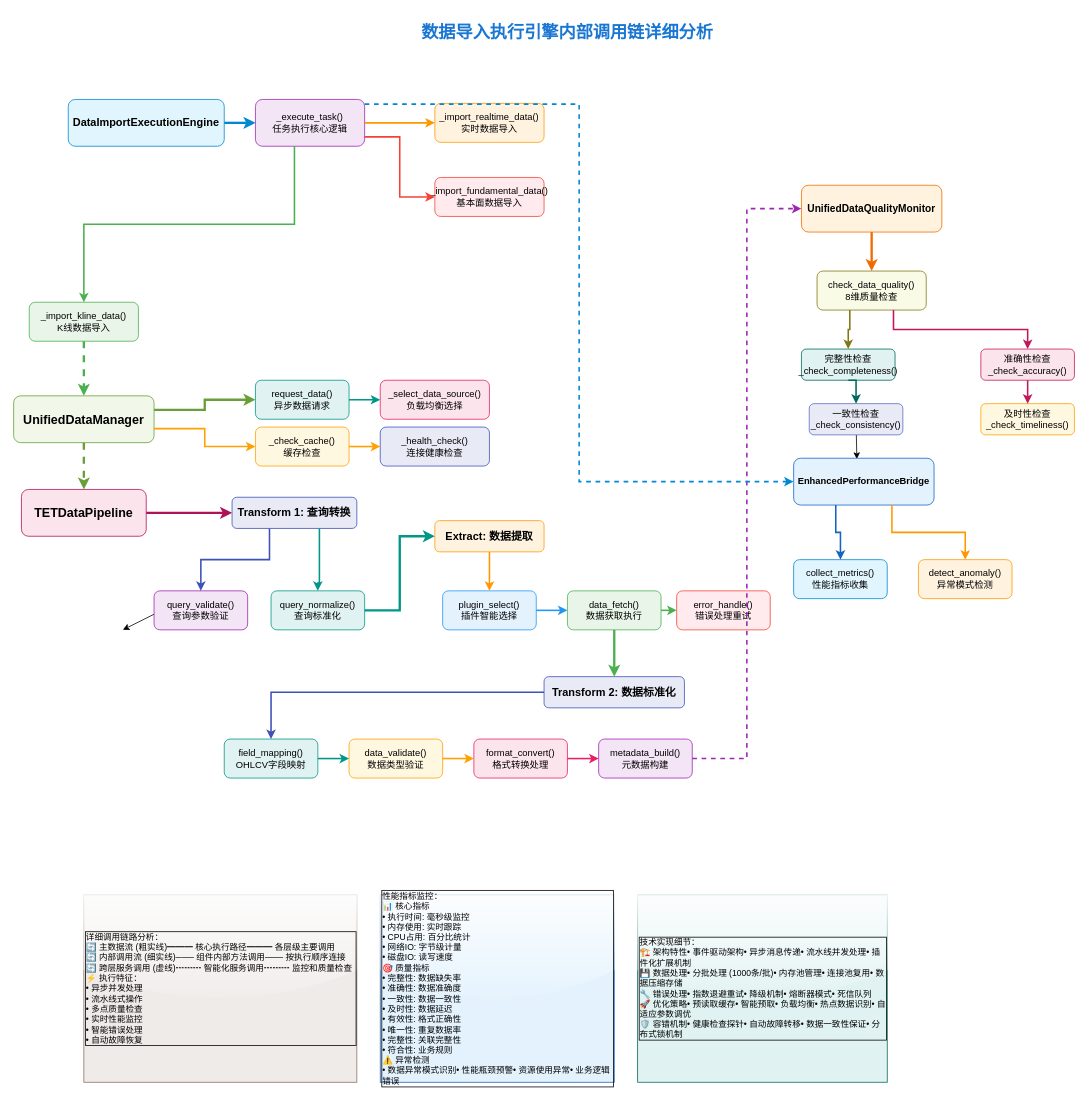
Above: page "修正版调用链分析" (3 of 4) of drawio/DuckDB_TET_Framework_Architecture.drawio in 635858793/FactorWeave-Quant (draw.io), before the change. Source tidied: cells renumbered, new cells numbered last; positions are measured from the earlier drawing's top-left corner, leaving out a move shared by most shapes. Both pictures are drawn from the tidied source at 78%, with x=0, y=0 at pixel (13, 13).
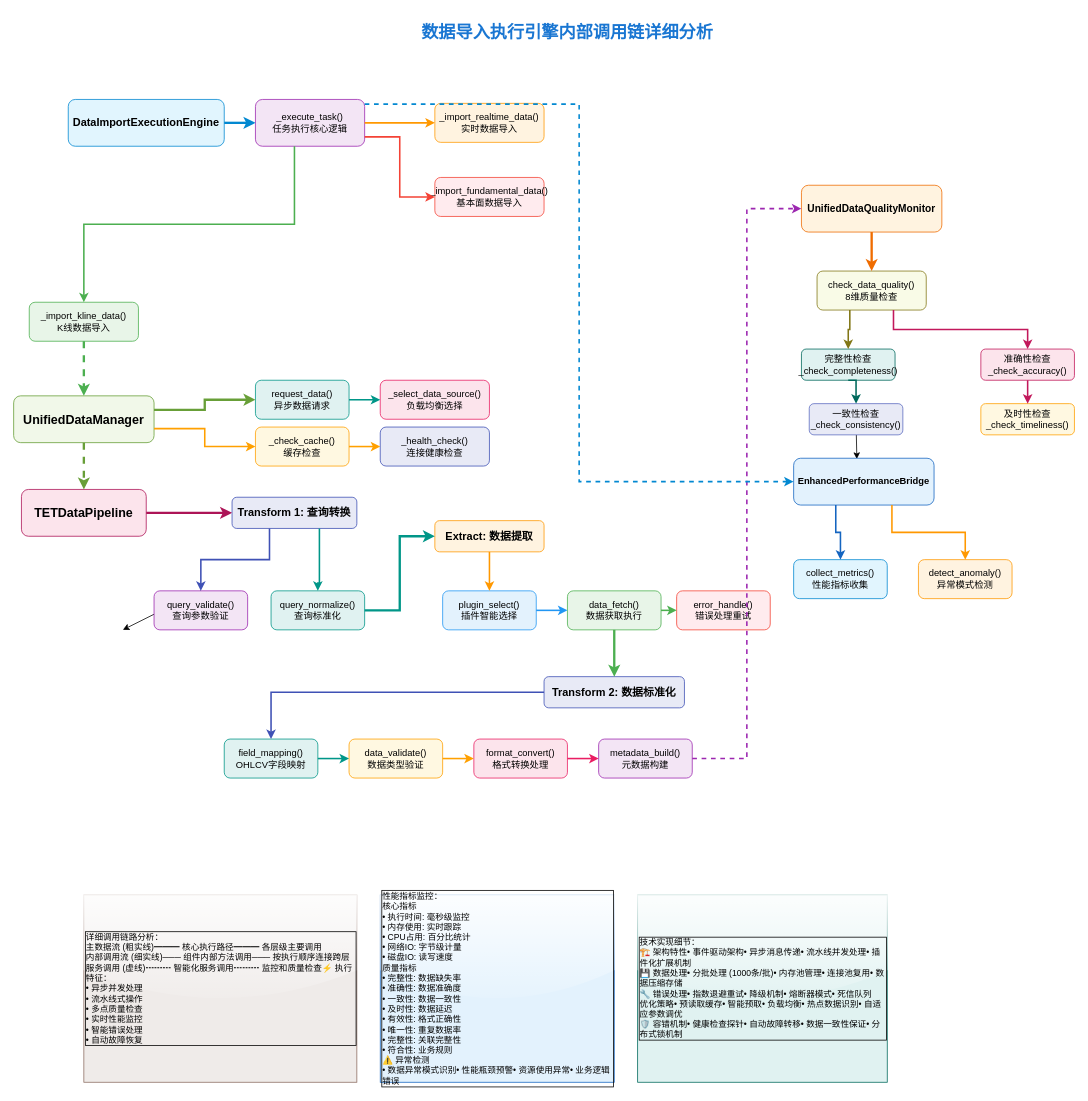
The same page after the edit.

Change to the diagram source:
```diff
@@
-    <mxCell id="68" value="详细调用链路分析：&lt;br&gt;🔄 主数据流 (粗实线)━━━ 核心执行路径━━━ 各层级主要调用&lt;br&gt;🔄 内部调用流 (细实线)─── 组件内部方法调用─── 按执行顺序连接🔄 跨层服务调用 (虚线)┅┅┅ 智能化服务调用┅┅┅ 监控和质量检查⚡ 执行特征：&lt;br&gt;• 异步并发处理&lt;br&gt;• 流水线式操作&lt;br&gt;• 多点质量检查&lt;br&gt;• 实时性能监控&lt;br&gt;• 智能错误处理&lt;br&gt;• 自动故障恢复" style="text;strokeColor=#8d6e63;fillColor=#efebe9;align=left;verticalAlign=middle;rounded=0;fontColor=#000000;fontSize=11;glass=1;shadow=0;labelBorderColor=default;html=1;whiteSpace=wrap;horizontal=1;" parent="1" vertex="1">
+    <mxCell id="68" value="详细调用链路分析：&lt;br&gt;主数据流 (粗实线)━━━ 核心执行路径━━━ 各层级主要调用&lt;br&gt;内部调用流 (细实线)─── 组件内部方法调用─── 按执行顺序连接跨层服务调用 (虚线)┅┅┅ 智能化服务调用┅┅┅ 监控和质量检查⚡ 执行特征：&lt;br&gt;• 异步并发处理&lt;br&gt;• 流水线式操作&lt;br&gt;• 多点质量检查&lt;br&gt;• 实时性能监控&lt;br&gt;• 智能错误处理&lt;br&gt;• 自动故障恢复" style="text;strokeColor=#8d6e63;fillColor=#efebe9;align=left;verticalAlign=middle;rounded=0;fontColor=#000000;fontSize=11;glass=1;shadow=0;labelBorderColor=default;html=1;whiteSpace=wrap;horizontal=1;" parent="1" vertex="1">
       <mxGeometry x="90" y="1130" width="350" height="240" as="geometry" />
     </mxCell>
-    <mxCell id="69" value="性能指标监控：&lt;br&gt;📊 核心指标&lt;br&gt;• 执行时间: 毫秒级监控&lt;br&gt;• 内存使用: 实时跟踪&lt;br&gt;• CPU占用: 百分比统计&lt;br&gt;• 网络IO: 字节级计量&lt;br&gt;• 磁盘IO: 读写速度&lt;br&gt;🎯 质量指标&lt;br&gt;•&amp;nbsp;完整性: 数据缺失率&lt;br&gt;• 准确性: 数据准确度&lt;br&gt;• 一致性: 数据一致性&lt;br&gt;• 及时性: 数据延迟&lt;br&gt;• 有效性: 格式正确性&lt;br&gt;• 唯一性: 重复数据率&lt;br&gt;• 完整性: 关联完整性&lt;br&gt;• 符合性: 业务规则&lt;br&gt;⚠️ 异常检测&lt;br&gt;• 数据异常模式识别• 性能瓶颈预警• 资源使用异常• 业务逻辑错误" style="text;strokeColor=#1565c0;fillColor=#e3f2fd;align=left;verticalAlign=middle;rounded=0;fontColor=#000000;fontSize=11;glass=1;shadow=0;labelBorderColor=default;html=1;whiteSpace=wrap;horizontal=1;" parent="1" vertex="1">
+    <mxCell id="69" value="性能指标监控：&lt;br&gt;核心指标&lt;br&gt;• 执行时间: 毫秒级监控&lt;br&gt;• 内存使用: 实时跟踪&lt;br&gt;• CPU占用: 百分比统计&lt;br&gt;• 网络IO: 字节级计量&lt;br&gt;• 磁盘IO: 读写速度&lt;br&gt;质量指标&lt;br&gt;•&amp;nbsp;完整性: 数据缺失率&lt;br&gt;• 准确性: 数据准确度&lt;br&gt;• 一致性: 数据一致性&lt;br&gt;• 及时性: 数据延迟&lt;br&gt;• 有效性: 格式正确性&lt;br&gt;• 唯一性: 重复数据率&lt;br&gt;• 完整性: 关联完整性&lt;br&gt;• 符合性: 业务规则&lt;br&gt;⚠️ 异常检测&lt;br&gt;• 数据异常模式识别• 性能瓶颈预警• 资源使用异常• 业务逻辑错误" style="text;strokeColor=#1565c0;fillColor=#e3f2fd;align=left;verticalAlign=middle;rounded=0;fontColor=#000000;fontSize=11;glass=1;shadow=0;labelBorderColor=default;html=1;whiteSpace=wrap;horizontal=1;" parent="1" vertex="1">
       <mxGeometry x="470" y="1130" width="300" height="240" as="geometry" />
     </mxCell>
-    <mxCell id="70" value="技术实现细节：&lt;br&gt;🏗️ 架构特性• 事件驱动架构• 异步消息传递• 流水线并发处理• 插件化扩展机制&lt;br&gt;💾 数据处理• 分批处理 (1000条/批)• 内存池管理• 连接池复用• 数据压缩存储&lt;br&gt;🔧 错误处理• 指数退避重试• 降级机制• 熔断器模式• 死信队列&lt;br&gt;🚀 优化策略• 预读取缓存• 智能预取• 负载均衡• 热点数据识别• 自适应参数调优&lt;br&gt;🛡️ 容错机制• 健康检查探针• 自动故障转移• 数据一致性保证• 分布式锁机制" style="text;strokeColor=#00695c;fillColor=#e0f2f1;align=left;verticalAlign=middle;rounded=0;fontColor=#000000;fontSize=11;glass=1;shadow=0;labelBorderColor=default;html=1;whiteSpace=wrap;horizontal=1;" parent="1" vertex="1">
+    <mxCell id="70" value="技术实现细节：&lt;br&gt;🏗️ 架构特性• 事件驱动架构• 异步消息传递• 流水线并发处理• 插件化扩展机制&lt;br&gt;💾 数据处理• 分批处理 (1000条/批)• 内存池管理• 连接池复用• 数据压缩存储&lt;br&gt;🔧 错误处理• 指数退避重试• 降级机制• 熔断器模式• 死信队列&lt;br&gt;优化策略• 预读取缓存• 智能预取• 负载均衡• 热点数据识别• 自适应参数调优&lt;br&gt;🛡️ 容错机制• 健康检查探针• 自动故障转移• 数据一致性保证• 分布式锁机制" style="text;strokeColor=#00695c;fillColor=#e0f2f1;align=left;verticalAlign=middle;rounded=0;fontColor=#000000;fontSize=11;glass=1;shadow=0;labelBorderColor=default;html=1;whiteSpace=wrap;horizontal=1;" parent="1" vertex="1">
       <mxGeometry x="800" y="1130" width="320" height="240" as="geometry" />
     </mxCell>
```
